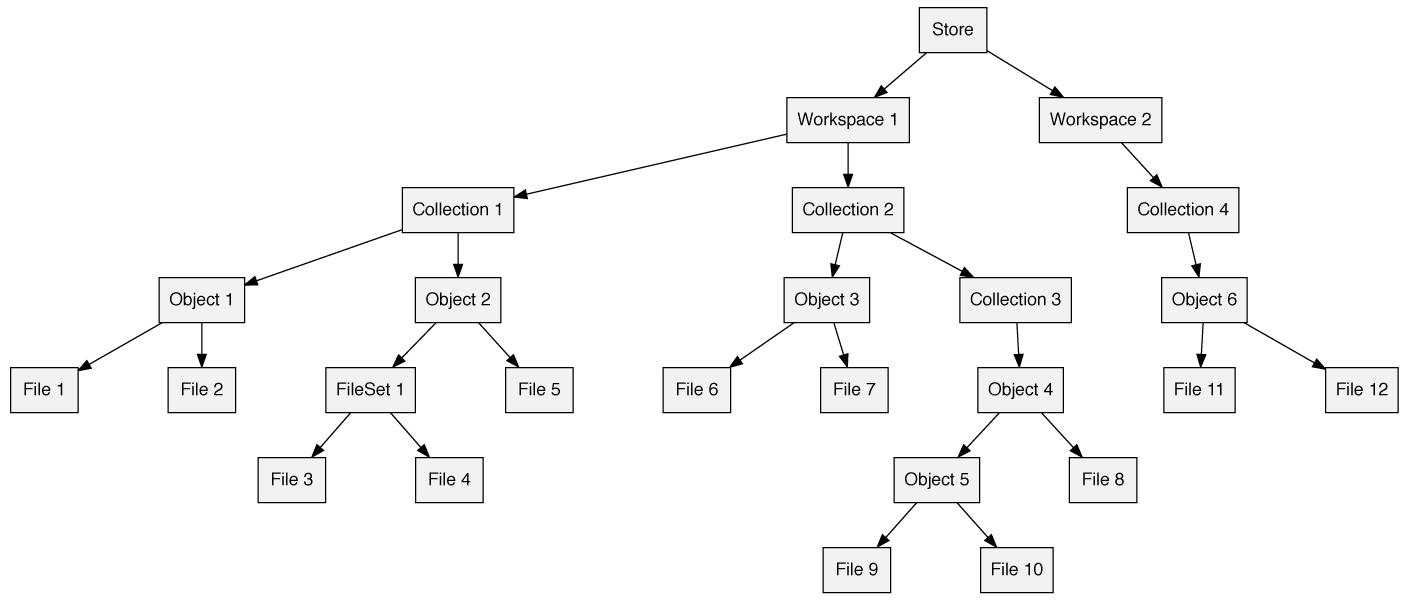
The Graphviz diagram doc/images/cursive-example.png in dmolesUC/kufi, before a commit. Its source is kept beside it as doc/dot/cursive-example.dot. The source it was exported from:
```dot
digraph {
    graph [outputorder = edgesfirst, nodesep = 1]
    node [shape = box, fontname = helvetica, fillcolor = grey95, style = filled]

    Store -> "Workspace 1" -> "Collection 1" -> "Object 1" -> "File 1"
    "Object 1" -> "File 2"
    "Collection 1" -> "Object 2" -> "FileSet 1"
    "FileSet 1" -> "File 3"
    "FileSet 1" -> "File 4"
    "Object 2" -> "File 5"
    "Workspace 1" -> "Collection 2" -> "Object 3" -> "File 6"
    "Object 3" -> "File 7"
    "Collection 2" -> "Collection 3"
    "Collection 3" -> "Object 4" -> "Object 5"
    "Object 4" -> "File 8"
    "Object 5" -> "File 9"
    "Object 5" -> "File 10"

    Store -> "Workspace 2" -> "Collection 4" -> "Object 6" -> "File 11"
    "Object 6" -> "File 12"
}
```
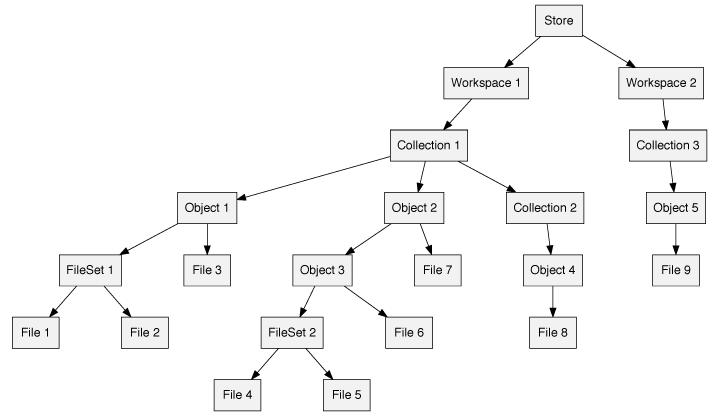
Later version of the same file.

Commit message:
Simplify example

What changed in the source:
```diff
@@ -2,20 +2,16 @@
     graph [outputorder = edgesfirst, nodesep = 1]
     node [shape = box, fontname = helvetica, fillcolor = grey95, style = filled]
 
-    Store -> "Workspace 1" -> "Collection 1" -> "Object 1" -> "File 1"
-    "Object 1" -> "File 2"
-    "Collection 1" -> "Object 2" -> "FileSet 1"
-    "FileSet 1" -> "File 3"
-    "FileSet 1" -> "File 4"
-    "Object 2" -> "File 5"
-    "Workspace 1" -> "Collection 2" -> "Object 3" -> "File 6"
-    "Object 3" -> "File 7"
-    "Collection 2" -> "Collection 3"
-    "Collection 3" -> "Object 4" -> "Object 5"
-    "Object 4" -> "File 8"
-    "Object 5" -> "File 9"
-    "Object 5" -> "File 10"
+    Store -> "Workspace 1" -> "Collection 1" -> "Object 1" -> "FileSet 1" -> "File 1"
+    "FileSet 1" -> "File 2"
+    "Object 1" -> "File 3"
 
-    Store -> "Workspace 2" -> "Collection 4" -> "Object 6" -> "File 11"
-    "Object 6" -> "File 12"
+    "Collection 1" -> "Object 2" -> "Object 3" -> "FileSet 2" -> "File 4"
+    "FileSet 2" -> "File 5"
+    "Object 3" -> "File 6"
+    "Object 2" -> "File 7"
+
+    "Collection 1" -> "Collection 2" -> "Object 4" -> "File 8"
+
+    Store -> "Workspace 2" -> "Collection 3" -> "Object 5" -> "File 9"
 }
```
